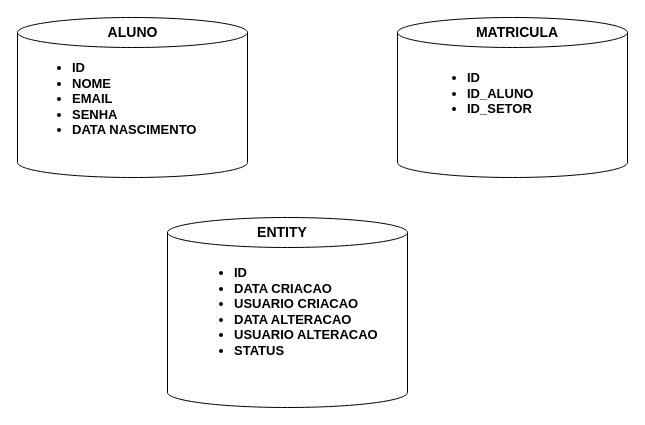
This is page "Page-1" (1 of 2) of DiagramaPVTUsuario.drawio from Paulo535180/PVT, a draw.io file, before an edit. Source tidied: cells renumbered, new cells numbered last; positions are measured from the earlier drawing's top-left corner, leaving out a move shared by most shapes. Both pictures are drawn from the tidied source at 100%, with x=0, y=0 at pixel (17, 17).
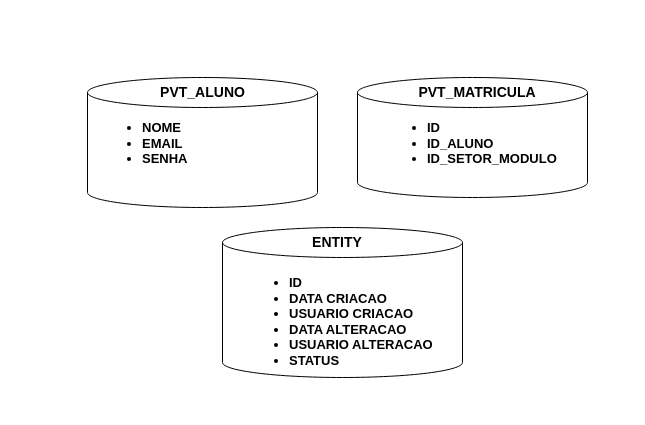
The same diagram, later.

Commit message (it also covers changes not shown here):
criar login aluno.

Diff of the diagram source:
```diff
@@
 <mxGraphModel>
   <root>
     <mxCell id="0" />
     <mxCell id="1" parent="0" />
-    <mxCell id="2" style="shape=cylinder3;whiteSpace=wrap;html=1;boundedLbl=1;backgroundOutline=1;size=15;" parent="1" vertex="1">
-      <mxGeometry width="230" height="160" as="geometry" />
+    <mxCell id="2" style="shape=cylinder3;whiteSpace=wrap;html=1;boundedLbl=1;backgroundOutline=1;size=15;strokeWidth=1;" parent="1" vertex="1">
+      <mxGeometry x="70" y="60" width="230" height="130" as="geometry" />
     </mxCell>
-    <mxCell id="3" value="&lt;b style=&quot;font-size: 14px;&quot;&gt;ALUNO&lt;/b&gt;" style="text;html=1;strokeColor=none;fillColor=none;align=center;verticalAlign=middle;whiteSpace=wrap;rounded=0;fontSize=14;" parent="1" vertex="1">
-      <mxGeometry x="92.5" width="45" height="30" as="geometry" />
+    <mxCell id="3" value="&lt;b style=&quot;font-size: 14px&quot;&gt;PVT_ALUNO&lt;/b&gt;" style="text;html=1;strokeColor=none;fillColor=none;align=center;verticalAlign=middle;whiteSpace=wrap;rounded=0;fontSize=14;strokeWidth=1;" parent="1" vertex="1">
+      <mxGeometry x="162.5" y="60" width="45" height="30" as="geometry" />
     </mxCell>
-    <mxCell id="4" value="&lt;h1 style=&quot;font-size: 13px&quot;&gt;&lt;ul&gt;&lt;li&gt;ID&lt;/li&gt;&lt;li&gt;NOME&lt;/li&gt;&lt;li&gt;EMAIL&lt;/li&gt;&lt;li&gt;SENHA&lt;/li&gt;&lt;li&gt;DATA NASCIMENTO&lt;/li&gt;&lt;/ul&gt;&lt;/h1&gt;" style="text;html=1;strokeColor=none;fillColor=none;spacing=5;spacingTop=-20;whiteSpace=wrap;overflow=hidden;rounded=0;" parent="1" vertex="1">
-      <mxGeometry x="10" y="40" width="210" height="100" as="geometry" />
+    <mxCell id="4" value="&lt;h1 style=&quot;font-size: 13px&quot;&gt;&lt;ul&gt;&lt;li&gt;NOME&lt;/li&gt;&lt;li&gt;EMAIL&lt;/li&gt;&lt;li&gt;SENHA&lt;/li&gt;&lt;/ul&gt;&lt;/h1&gt;" style="text;html=1;strokeColor=none;fillColor=none;spacing=5;spacingTop=-20;whiteSpace=wrap;overflow=hidden;rounded=0;strokeWidth=1;" parent="1" vertex="1">
+      <mxGeometry x="80" y="100" width="210" height="70" as="geometry" />
     </mxCell>
-    <mxCell id="5" style="shape=cylinder3;whiteSpace=wrap;html=1;boundedLbl=1;backgroundOutline=1;size=15;" parent="1" vertex="1">
-      <mxGeometry x="380" width="230" height="160" as="geometry" />
+    <mxCell id="5" style="shape=cylinder3;whiteSpace=wrap;html=1;boundedLbl=1;backgroundOutline=1;size=15;strokeWidth=1;" parent="1" vertex="1">
+      <mxGeometry x="340" y="60" width="230" height="120" as="geometry" />
     </mxCell>
-    <mxCell id="6" value="&lt;b&gt;MATRICULA&lt;br&gt;&lt;/b&gt;" style="text;html=1;strokeColor=none;fillColor=none;align=center;verticalAlign=middle;whiteSpace=wrap;rounded=0;fontSize=14;" parent="1" vertex="1">
-      <mxGeometry x="480" y="5" width="40" height="20" as="geometry" />
+    <mxCell id="6" value="&lt;b&gt;PVT_MATRICULA&lt;br&gt;&lt;/b&gt;" style="text;html=1;strokeColor=none;fillColor=none;align=center;verticalAlign=middle;whiteSpace=wrap;rounded=0;fontSize=14;strokeWidth=1;" parent="1" vertex="1">
+      <mxGeometry x="440" y="65" width="40" height="20" as="geometry" />
     </mxCell>
-    <mxCell id="7" value="&lt;h1 style=&quot;font-size: 13px&quot;&gt;&lt;ul&gt;&lt;li&gt;ID&lt;/li&gt;&lt;li&gt;ID_ALUNO&lt;/li&gt;&lt;li&gt;ID_SETOR&lt;/li&gt;&lt;/ul&gt;&lt;/h1&gt;" style="text;html=1;strokeColor=none;fillColor=none;spacing=5;spacingTop=-20;whiteSpace=wrap;overflow=hidden;rounded=0;fontSize=12;" parent="1" vertex="1">
-      <mxGeometry x="405" y="50" width="190" height="70" as="geometry" />
+    <mxCell id="7" value="&lt;h1 style=&quot;font-size: 13px&quot;&gt;&lt;ul&gt;&lt;li&gt;ID&lt;/li&gt;&lt;li&gt;ID_ALUNO&lt;/li&gt;&lt;li&gt;ID_SETOR_MODULO&lt;/li&gt;&lt;/ul&gt;&lt;/h1&gt;" style="text;html=1;strokeColor=none;fillColor=none;spacing=5;spacingTop=-20;whiteSpace=wrap;overflow=hidden;rounded=0;fontSize=12;strokeWidth=1;" parent="1" vertex="1">
+      <mxGeometry x="365" y="100" width="190" height="60" as="geometry" />
     </mxCell>
-    <mxCell id="8" style="shape=cylinder3;whiteSpace=wrap;html=1;boundedLbl=1;backgroundOutline=1;size=15;" parent="1" vertex="1">
-      <mxGeometry x="150" y="200" width="240" height="190" as="geometry" />
+    <mxCell id="8" style="shape=cylinder3;whiteSpace=wrap;html=1;boundedLbl=1;backgroundOutline=1;size=15;strokeWidth=1;" parent="1" vertex="1">
+      <mxGeometry x="205" y="210" width="240" height="150" as="geometry" />
     </mxCell>
-    <mxCell id="9" value="ENTITY" style="text;html=1;strokeColor=none;fillColor=none;align=center;verticalAlign=middle;whiteSpace=wrap;rounded=0;fontSize=14;fontStyle=1;" parent="1" vertex="1">
-      <mxGeometry x="245" y="200" width="40" height="30" as="geometry" />
+    <mxCell id="9" value="ENTITY" style="text;html=1;strokeColor=none;fillColor=none;align=center;verticalAlign=middle;whiteSpace=wrap;rounded=0;fontSize=14;fontStyle=1;strokeWidth=1;" parent="1" vertex="1">
+      <mxGeometry x="300" y="210" width="40" height="30" as="geometry" />
     </mxCell>
-    <mxCell id="10" value="&lt;h1&gt;&lt;ul&gt;&lt;li style=&quot;font-size: 13px&quot;&gt;ID&lt;/li&gt;&lt;li style=&quot;font-size: 13px&quot;&gt;DATA CRIACAO&lt;/li&gt;&lt;li style=&quot;font-size: 13px&quot;&gt;USUARIO CRIACAO&lt;/li&gt;&lt;li style=&quot;font-size: 13px&quot;&gt;DATA ALTERACAO&lt;/li&gt;&lt;li style=&quot;font-size: 13px&quot;&gt;USUARIO ALTERACAO&lt;/li&gt;&lt;li style=&quot;font-size: 13px&quot;&gt;STATUS&lt;/li&gt;&lt;/ul&gt;&lt;/h1&gt;" style="text;html=1;strokeColor=none;fillColor=none;spacing=5;spacingTop=-20;whiteSpace=wrap;overflow=hidden;rounded=0;fontSize=14;" parent="1" vertex="1">
-      <mxGeometry x="172" y="230" width="196" height="120" as="geometry" />
+    <mxCell id="10" value="&lt;h1&gt;&lt;ul&gt;&lt;li style=&quot;font-size: 13px&quot;&gt;ID&lt;/li&gt;&lt;li style=&quot;font-size: 13px&quot;&gt;DATA CRIACAO&lt;/li&gt;&lt;li style=&quot;font-size: 13px&quot;&gt;USUARIO CRIACAO&lt;/li&gt;&lt;li style=&quot;font-size: 13px&quot;&gt;DATA ALTERACAO&lt;/li&gt;&lt;li style=&quot;font-size: 13px&quot;&gt;USUARIO ALTERACAO&lt;/li&gt;&lt;li style=&quot;font-size: 13px&quot;&gt;STATUS&lt;/li&gt;&lt;/ul&gt;&lt;/h1&gt;" style="text;html=1;strokeColor=none;fillColor=none;spacing=5;spacingTop=-20;whiteSpace=wrap;overflow=hidden;rounded=0;fontSize=14;strokeWidth=1;" parent="1" vertex="1">
+      <mxGeometry x="227" y="240" width="196" height="120" as="geometry" />
     </mxCell>
   </root>
 </mxGraphModel>
```
